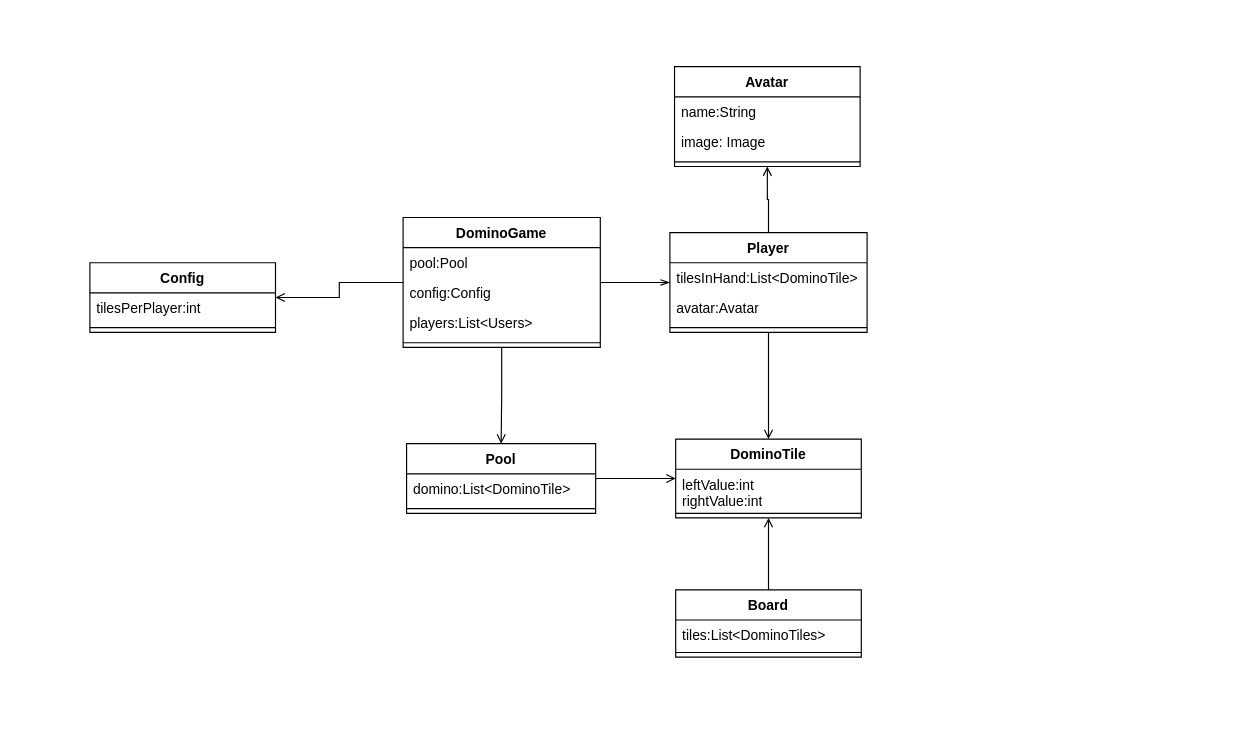
Above: diagrams/Dominio/DominioDomino.drawio in SilverFlin/DominosPizza (draw.io), before the change. Source tidied: cells renumbered, new cells numbered last; positions are measured from the earlier drawing's top-left corner, leaving out a move shared by most shapes. Both pictures are drawn from the tidied source at 116%, with x=0, y=0 at pixel (89, 66).
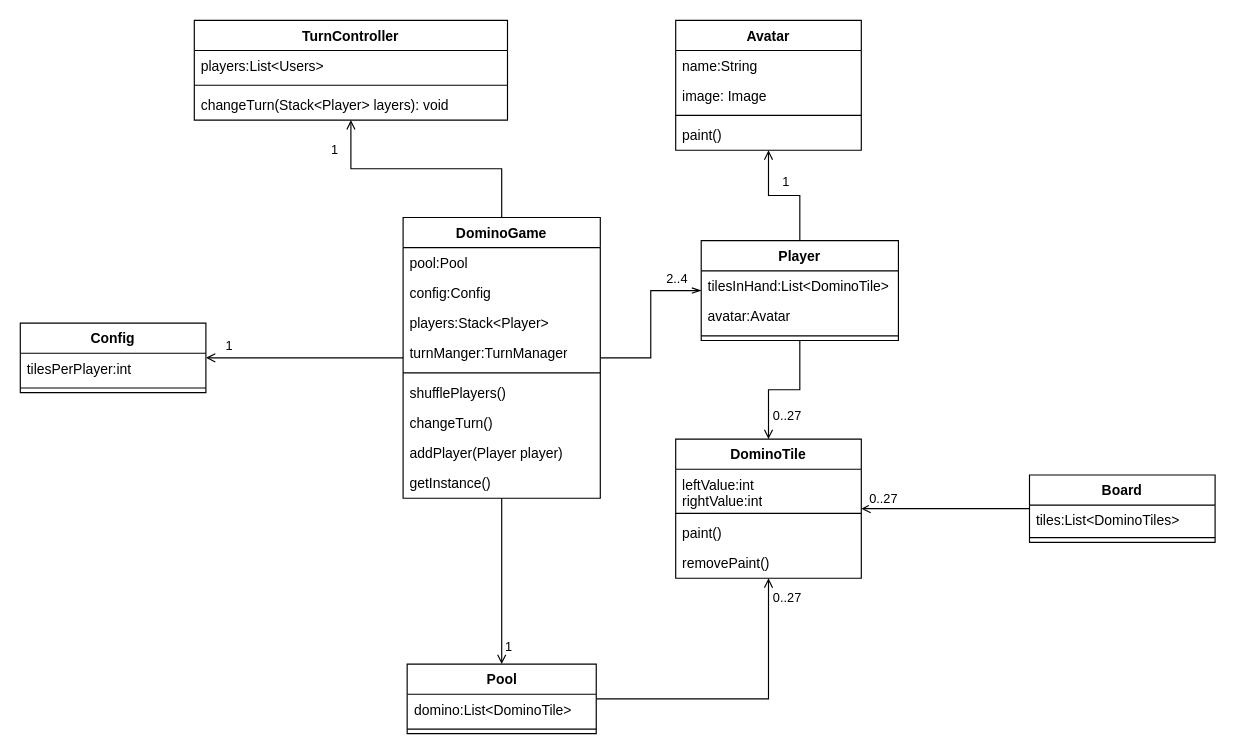
The same page after the edit.

The change refers to these unchanged cells:
```xml
<mxCell id="2" style="edgeStyle=orthogonalEdgeStyle;rounded=0;jettySize=auto;html=1;endArrow=open;endFill=0;" parent="1" edge="1" source="3" target="12">
  <mxGeometry relative="1" as="geometry" />
</mxCell>
<mxCell id="22" style="edgeStyle=orthogonalEdgeStyle;rounded=0;jettySize=auto;html=1;endArrow=openThin;endFill=0;" parent="1" edge="1" source="25" target="8">
  <mxGeometry relative="1" as="geometry" />
</mxCell>
<mxCell id="23" style="edgeStyle=orthogonalEdgeStyle;rounded=0;jettySize=auto;html=1;endArrow=open;endFill=0;" parent="1" edge="1" source="25" target="19">
  <mxGeometry relative="1" as="geometry" />
</mxCell>
<mxCell id="24" style="edgeStyle=orthogonalEdgeStyle;rounded=0;jettySize=auto;html=1;endArrow=open;endFill=0;" parent="1" edge="1" source="25" target="3">
  <mxGeometry relative="1" as="geometry" />
</mxCell>
<mxCell id="30" style="edgeStyle=orthogonalEdgeStyle;rounded=0;jettySize=auto;html=1;endArrow=open;endFill=0;" parent="1" edge="1" source="31" target="12">
  <mxGeometry relative="1" as="geometry" />
</mxCell>
```

The edit, as a diff of the source:
```diff
@@
+    <mxCell id="34" value="0..27" style="edgeLabel;html=1;align=center;verticalAlign=middle;" parent="2" vertex="1">
+      <mxGeometry x="0.87" y="1" relative="1" as="geometry">
+        <mxPoint x="16" as="offset" />
+      </mxGeometry>
+    </mxCell>
     <mxCell id="3" value="Pool" style="swimlane;fontStyle=1;align=center;verticalAlign=top;horizontal=1;startSize=26;whiteSpace=wrap;html=1;" parent="1" vertex="1">
-      <mxGeometry x="273" y="325" width="163" height="60" as="geometry" />
+      <mxGeometry x="273.5" y="515" width="163" height="60" as="geometry" />
     </mxCell>
@@
-    <mxCell id="7" style="edgeStyle=orthogonalEdgeStyle;rounded=0;jettySize=auto;html=1;endArrow=open;endFill=0;" parent="1" edge="1" source="8" target="15">
-      <mxGeometry relative="1" as="geometry" />
+    <mxCell id="7" value="1" style="edgeStyle=orthogonalEdgeStyle;rounded=0;jettySize=auto;html=1;endArrow=open;endFill=0;" parent="1" edge="1" source="8" target="15">
+      <mxGeometry x="0.49" y="-15" relative="1" as="geometry" />
     </mxCell>
     <mxCell id="8" value="Player" style="swimlane;fontStyle=1;align=center;verticalAlign=top;horizontal=1;startSize=26;whiteSpace=wrap;html=1;" parent="1" vertex="1">
-      <mxGeometry x="500" y="143" width="170" height="86" as="geometry" />
+      <mxGeometry x="527" y="150" width="170" height="86" as="geometry" />
     </mxCell>
@@
     <mxCell id="12" value="DominoTile" style="swimlane;fontStyle=1;align=center;verticalAlign=top;horizontal=1;startSize=26;whiteSpace=wrap;html=1;" parent="1" vertex="1">
-      <mxGeometry x="505" y="321" width="160" height="68" as="geometry" />
+      <mxGeometry x="505" y="321" width="160" height="120" as="geometry" />
     </mxCell>
@@
+    <mxCell id="35" value="paint()" style="text;strokeColor=none;fillColor=none;align=left;verticalAlign=top;spacingLeft=4;spacingRight=4;overflow=hidden;whiteSpace=wrap;html=1;" parent="12" vertex="1">
+      <mxGeometry y="68" width="160" height="26" as="geometry" />
+    </mxCell>
+    <mxCell id="36" value="removePaint()" style="text;strokeColor=none;fillColor=none;align=left;verticalAlign=top;spacingLeft=4;spacingRight=4;overflow=hidden;whiteSpace=wrap;html=1;" parent="12" vertex="1">
+      <mxGeometry y="94" width="160" height="26" as="geometry" />
+    </mxCell>
     <mxCell id="15" value="Avatar" style="swimlane;fontStyle=1;align=center;verticalAlign=top;horizontal=1;startSize=26;whiteSpace=wrap;html=1;" parent="1" vertex="1">
-      <mxGeometry x="504" width="160" height="86" as="geometry" />
+      <mxGeometry x="505" y="-40" width="160" height="112" as="geometry" />
     </mxCell>
@@
+    <mxCell id="37" value="paint()" style="text;strokeColor=none;fillColor=none;align=left;verticalAlign=top;spacingLeft=4;spacingRight=4;overflow=hidden;whiteSpace=wrap;html=1;" parent="15" vertex="1">
+      <mxGeometry y="86" width="160" height="26" as="geometry" />
+    </mxCell>
     <mxCell id="19" value="Config" style="swimlane;fontStyle=1;align=center;verticalAlign=top;horizontal=1;startSize=26;whiteSpace=wrap;html=1;" parent="1" vertex="1">
-      <mxGeometry y="169" width="160" height="60" as="geometry" />
+      <mxGeometry x="-60" y="221" width="160" height="60" as="geometry" />
     </mxCell>
@@
+    <mxCell id="38" value="2..4" style="edgeLabel;html=1;align=center;verticalAlign=middle;" parent="22" vertex="1">
+      <mxGeometry x="0.82" relative="1" as="geometry">
+        <mxPoint x="-9" y="-11" as="offset" />
+      </mxGeometry>
+    </mxCell>
@@
+    <mxCell id="39" value="1" style="edgeLabel;html=1;align=center;verticalAlign=middle;" parent="23" vertex="1">
+      <mxGeometry x="0.78" relative="1" as="geometry">
+        <mxPoint y="-11" as="offset" />
+      </mxGeometry>
+    </mxCell>
@@
+    <mxCell id="40" value="1" style="edgeLabel;html=1;align=center;verticalAlign=middle;" parent="24" vertex="1">
+      <mxGeometry x="0.78" y="2" relative="1" as="geometry">
+        <mxPoint x="3" as="offset" />
+      </mxGeometry>
+    </mxCell>
+    <mxCell id="41" style="edgeStyle=orthogonalEdgeStyle;rounded=0;jettySize=auto;html=1;endArrow=open;endFill=0;" parent="1" edge="1" source="25" target="49">
+      <mxGeometry relative="1" as="geometry" />
+    </mxCell>
+    <mxCell id="42" value="1" style="edgeLabel;html=1;align=center;verticalAlign=middle;" parent="41" vertex="1">
+      <mxGeometry x="0.85" relative="1" as="geometry">
+        <mxPoint x="-15" y="9" as="offset" />
+      </mxGeometry>
+    </mxCell>
     <mxCell id="25" value="DominoGame" style="swimlane;fontStyle=1;align=center;verticalAlign=top;horizontal=1;startSize=26;whiteSpace=wrap;html=1;" parent="1" vertex="1">
-      <mxGeometry x="270" y="130" width="170" height="112" as="geometry" />
+      <mxGeometry x="270" y="130" width="170" height="242" as="geometry" />
     </mxCell>
@@
-    <mxCell id="28" value="players:List&amp;lt;Users&amp;gt;" style="text;strokeColor=none;fillColor=none;align=left;verticalAlign=top;spacingLeft=4;spacingRight=4;overflow=hidden;whiteSpace=wrap;html=1;" parent="25" vertex="1">
+    <mxCell id="28" value="players:Stack&amp;lt;Player&amp;gt;" style="text;strokeColor=none;fillColor=none;align=left;verticalAlign=top;spacingLeft=4;spacingRight=4;overflow=hidden;whiteSpace=wrap;html=1;" parent="25" vertex="1">
       <mxGeometry y="78" width="170" height="26" as="geometry" />
     </mxCell>
+    <mxCell id="43" value="turnManger:TurnManager" style="text;strokeColor=none;fillColor=none;align=left;verticalAlign=top;spacingLeft=4;spacingRight=4;overflow=hidden;whiteSpace=wrap;html=1;" parent="25" vertex="1">
+      <mxGeometry y="104" width="170" height="26" as="geometry" />
+    </mxCell>
     <mxCell id="29" style="line;strokeWidth=1;fillColor=none;align=left;verticalAlign=middle;spacingTop=-1;spacingLeft=3;spacingRight=3;labelPosition=right;strokeColor=inherit;" parent="25" vertex="1">
-      <mxGeometry y="104" width="170" height="8" as="geometry" />
+      <mxGeometry y="130" width="170" height="8" as="geometry" />
     </mxCell>
+    <mxCell id="44" value="shufflePlayers()" style="text;strokeColor=none;fillColor=none;align=left;verticalAlign=top;spacingLeft=4;spacingRight=4;overflow=hidden;whiteSpace=wrap;html=1;" parent="25" vertex="1">
+      <mxGeometry y="138" width="170" height="26" as="geometry" />
+    </mxCell>
+    <mxCell id="45" value="changeTurn()" style="text;strokeColor=none;fillColor=none;align=left;verticalAlign=top;spacingLeft=4;spacingRight=4;overflow=hidden;whiteSpace=wrap;html=1;" parent="25" vertex="1">
+      <mxGeometry y="164" width="170" height="26" as="geometry" />
+    </mxCell>
+    <mxCell id="46" value="addPlayer(Player player)" style="text;strokeColor=none;fillColor=none;align=left;verticalAlign=top;spacingLeft=4;spacingRight=4;overflow=hidden;whiteSpace=wrap;html=1;" parent="25" vertex="1">
+      <mxGeometry y="190" width="170" height="26" as="geometry" />
+    </mxCell>
+    <mxCell id="47" value="getInstance()" style="text;strokeColor=none;fillColor=none;align=left;verticalAlign=top;spacingLeft=4;spacingRight=4;overflow=hidden;whiteSpace=wrap;html=1;" parent="25" vertex="1">
+      <mxGeometry y="216" width="170" height="26" as="geometry" />
+    </mxCell>
@@
+    <mxCell id="48" value="0..27" style="edgeLabel;html=1;align=center;verticalAlign=middle;" parent="30" vertex="1">
+      <mxGeometry x="0.75" y="-2" relative="1" as="geometry">
+        <mxPoint y="-7" as="offset" />
+      </mxGeometry>
+    </mxCell>
     <mxCell id="31" value="Board" style="swimlane;fontStyle=1;align=center;verticalAlign=top;horizontal=1;startSize=26;whiteSpace=wrap;html=1;" parent="1" vertex="1">
-      <mxGeometry x="505" y="451" width="160" height="58" as="geometry" />
+      <mxGeometry x="810" y="352" width="160" height="58" as="geometry" />
     </mxCell>
@@
+    <mxCell id="49" value="TurnController" style="swimlane;fontStyle=1;align=center;verticalAlign=top;horizontal=1;startSize=26;whiteSpace=wrap;html=1;" parent="1" vertex="1">
+      <mxGeometry x="90" y="-40" width="270" height="86" as="geometry" />
+    </mxCell>
+    <mxCell id="50" value="players:List&amp;lt;Users&amp;gt;" style="text;strokeColor=none;fillColor=none;align=left;verticalAlign=top;spacingLeft=4;spacingRight=4;overflow=hidden;whiteSpace=wrap;html=1;" parent="49" vertex="1">
+      <mxGeometry y="26" width="270" height="26" as="geometry" />
+    </mxCell>
+    <mxCell id="51" style="line;strokeWidth=1;fillColor=none;align=left;verticalAlign=middle;spacingTop=-1;spacingLeft=3;spacingRight=3;labelPosition=right;strokeColor=inherit;" parent="49" vertex="1">
+      <mxGeometry y="52" width="270" height="8" as="geometry" />
+    </mxCell>
+    <mxCell id="52" value="changeTurn(Stack&amp;lt;Player&amp;gt; layers): void" style="text;strokeColor=none;fillColor=none;align=left;verticalAlign=top;spacingLeft=4;spacingRight=4;overflow=hidden;whiteSpace=wrap;html=1;" parent="49" vertex="1">
+      <mxGeometry y="60" width="270" height="26" as="geometry" />
+    </mxCell>
+    <mxCell id="53" value="0..27" style="edgeLabel;html=1;align=center;verticalAlign=middle;" parent="1" vertex="1">
+      <mxGeometry x="600" y="300" as="geometry" />
+    </mxCell>
```
